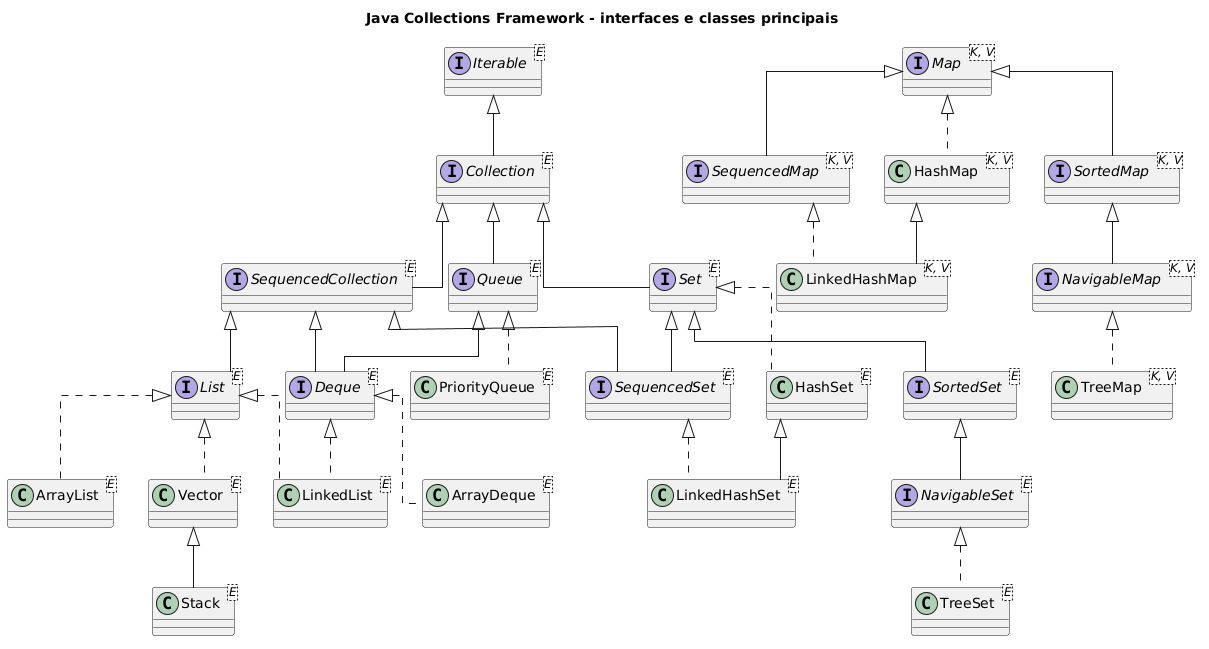
fabriciosantana/idp-marp-slides keeps this PlantUML diagram as subjects/poo/images/11-classes.png. Above is the earlier version. The source it was exported from:
```plantuml
@startuml
title Java Collections Framework - interfaces e classes principais

skinparam classAttributeIconSize 0
skinparam linetype ortho

interface Iterable<E>
interface Collection<E>
interface SequencedCollection<E>

interface List<E>
interface Set<E>
interface SequencedSet<E>
interface SortedSet<E>
interface NavigableSet<E>

interface Queue<E>
interface Deque<E>

interface Map<K, V>
interface SequencedMap<K, V>
interface SortedMap<K, V>
interface NavigableMap<K, V>

class ArrayList<E>
class LinkedList<E>
class Vector<E>
class Stack<E>

class HashSet<E>
class LinkedHashSet<E>
class TreeSet<E>

class PriorityQueue<E>
class ArrayDeque<E>

class HashMap<K, V>
class LinkedHashMap<K, V>
class TreeMap<K, V>

Iterable <|-- Collection

Collection <|-- SequencedCollection
SequencedCollection <|-- List
SequencedCollection <|-- SequencedSet
SequencedCollection <|-- Deque

Collection <|-- Set
Set <|-- SequencedSet
Set <|-- SortedSet
SortedSet <|-- NavigableSet

Collection <|-- Queue
Queue <|-- Deque

Map <|-- SequencedMap
Map <|-- SortedMap
SortedMap <|-- NavigableMap

List <|.. ArrayList
List <|.. LinkedList
Deque <|.. LinkedList
List <|.. Vector
Vector <|-- Stack

Set <|.. HashSet
SequencedSet <|.. LinkedHashSet
HashSet <|-- LinkedHashSet
NavigableSet <|.. TreeSet

Queue <|.. PriorityQueue
Deque <|.. ArrayDeque

Map <|.. HashMap
SequencedMap <|.. LinkedHashMap
HashMap <|-- LinkedHashMap
NavigableMap <|.. TreeMap

@enduml
```
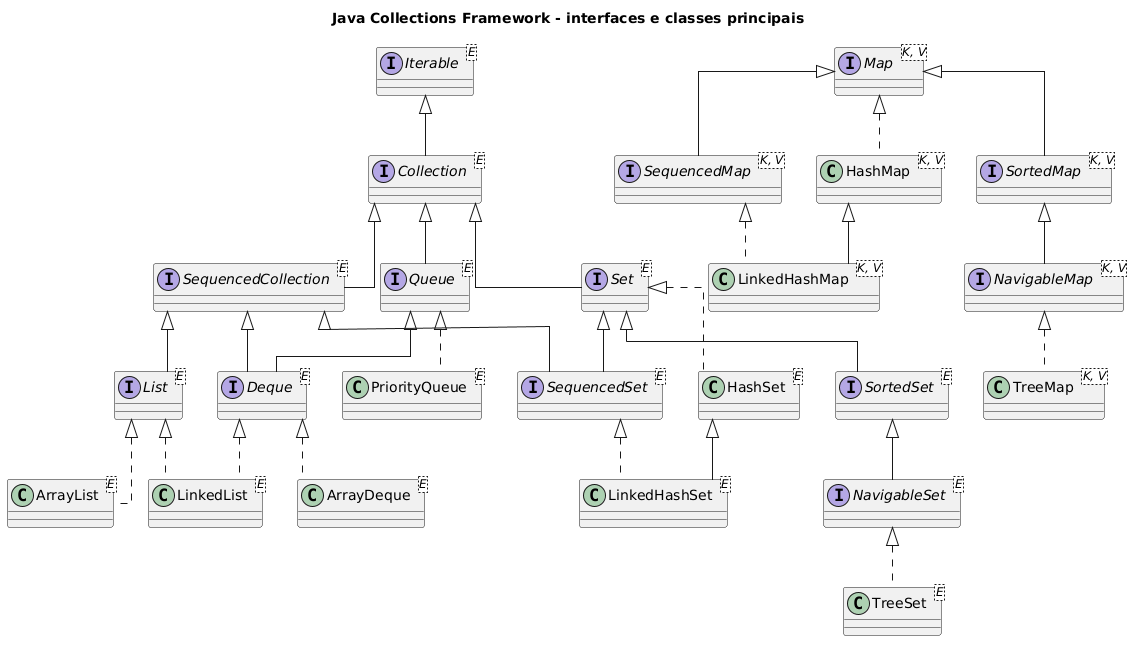
After the change.

Change to the diagram source:
```diff
@@ -24,8 +24,6 @@
 
 class ArrayList<E>
 class LinkedList<E>
-class Vector<E>
-class Stack<E>
 
 class HashSet<E>
 class LinkedHashSet<E>
@@ -60,8 +58,6 @@
 List <|.. ArrayList
 List <|.. LinkedList
 Deque <|.. LinkedList
-List <|.. Vector
-Vector <|-- Stack
 
 Set <|.. HashSet
 SequencedSet <|.. LinkedHashSet
```
